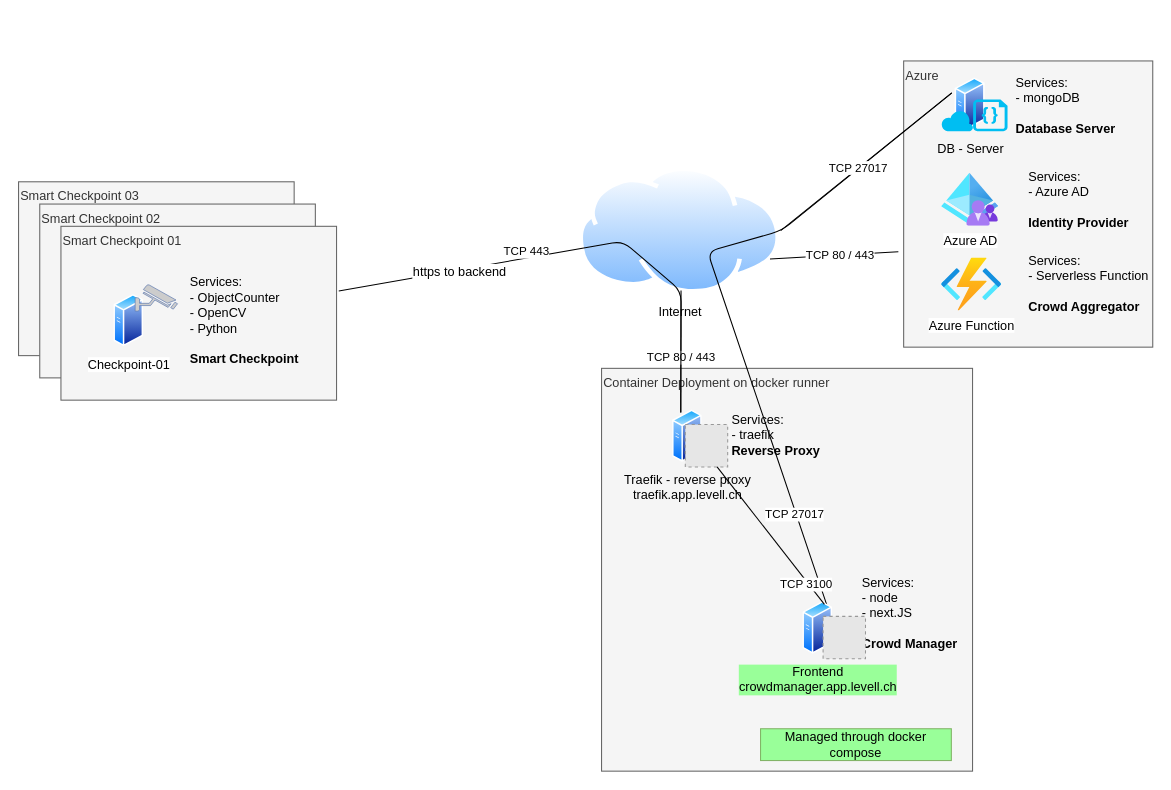
Earlier version of the draw.io diagram page "Architecture" (4 of 10) of Documentation/infrastructure.drawio (jimmylevell/crowd-overview). Source tidied: cells renumbered, new cells numbered last; positions are measured from the earlier drawing's top-left corner, leaving out a move shared by most shapes. Both pictures are drawn from the tidied source at 106%, with x=0, y=0 at pixel (18, 60). Pictures stored in the file or linked from it are replaced by grey dashed boxes.
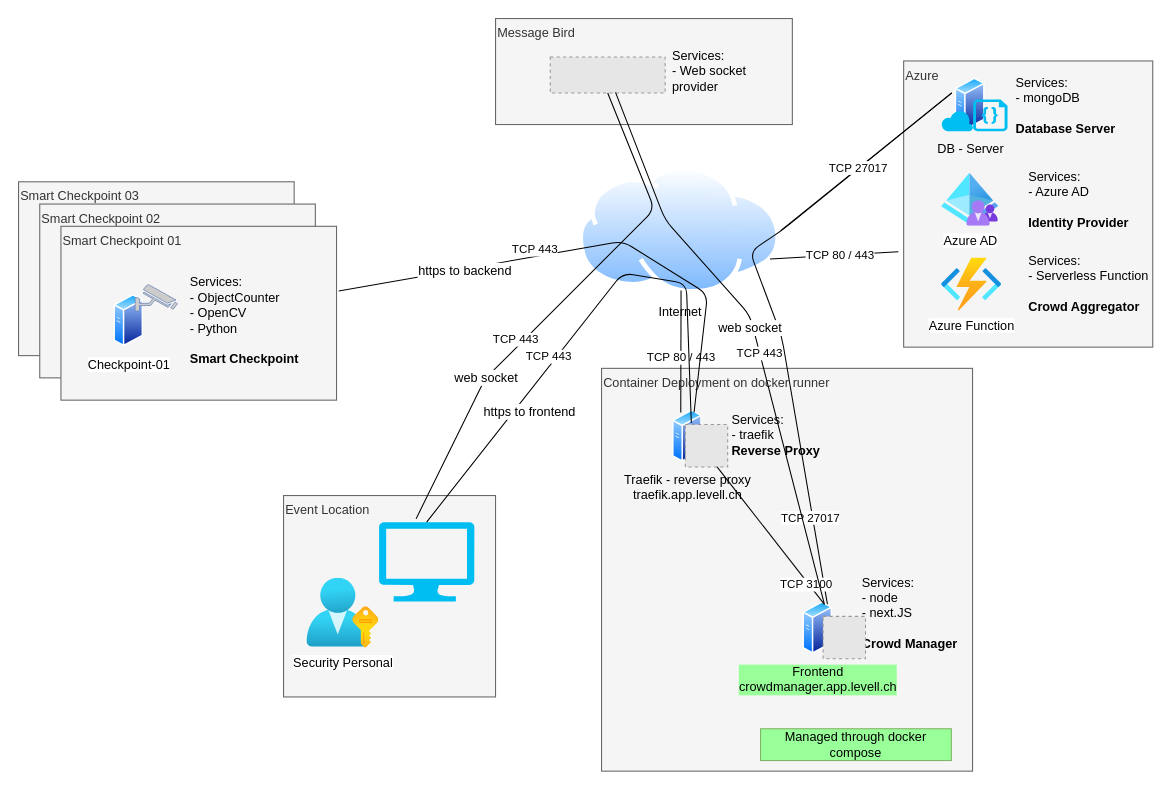
Above is the later version.

The change refers to these unchanged cells:
```xml
<mxCell id="4" value="Smart Checkpoint 01" style="rounded=0;whiteSpace=wrap;html=1;fillColor=#f5f5f5;strokeColor=#666666;fontColor=#333333;align=left;verticalAlign=top;" parent="1" vertex="1">
  <mxGeometry x="40" y="156" width="260" height="164" as="geometry" />
</mxCell>
<mxCell id="8" value="DB - Server" style="perimeter=ellipsePerimeter;html=1;align=center;shadow=0;dashed=0;spacingTop=3;image;image=img/lib/active_directory/generic_server.svg;fontFamily=Helvetica;fontSize=12;fontColor=#000000;strokeColor=#000000;fillColor=#ffffff;labelBackgroundColor=none;" parent="1" vertex="1">
  <mxGeometry x="878.5" y="16" width="38.5" height="50" as="geometry" />
</mxCell>
<mxCell id="11" value="Frontend&lt;br&gt;crowdmanager.app.levell.ch" style="perimeter=ellipsePerimeter;html=1;align=center;shadow=0;dashed=0;spacingTop=3;image;image=img/lib/active_directory/generic_server.svg;labelBackgroundColor=#99FF99;" parent="1" vertex="1">
  <mxGeometry x="740" y="510" width="28" height="50" as="geometry" />
</mxCell>
<mxCell id="14" value="Traefik - reverse proxy&lt;br&gt;traefik.app.levell.ch" style="perimeter=ellipsePerimeter;html=1;align=center;shadow=0;dashed=0;spacingTop=3;image;image=img/lib/active_directory/generic_server.svg;labelBackgroundColor=none;" parent="1" vertex="1">
  <mxGeometry x="617" y="329" width="28" height="50" as="geometry" />
</mxCell>
```

What changed in the source:
```diff
@@
     <mxCell id="10" value="TCP 27017" style="endArrow=none;html=1;entryX=0;entryY=0.25;entryDx=0;entryDy=0;exitX=1;exitY=0;exitDx=0;exitDy=0;endFill=0;" parent="1" edge="1" source="11" target="8">
       <mxGeometry x="-0.7" y="1" relative="1" as="geometry">
         <Array as="points">
-          <mxPoint x="650" y="180" />
+          <mxPoint x="720" y="260" />
+          <mxPoint x="690" y="180" />
           <mxPoint x="720" y="160" />
         </Array>
         <mxPoint x="-1" as="offset" />
       </mxGeometry>
     </mxCell>
@@
-    <mxCell id="31" value="TCP 443" style="endArrow=none;html=1;exitX=1.008;exitY=0.372;exitDx=0;exitDy=0;endFill=0;entryX=0.25;entryY=0;entryDx=0;entryDy=0;exitPerimeter=0;" parent="1" edge="1" source="4" target="14">
+    <mxCell id="31" value="TCP 443" style="endArrow=none;html=1;exitX=1.008;exitY=0.372;exitDx=0;exitDy=0;endFill=0;entryX=0.75;entryY=0;entryDx=0;entryDy=0;exitPerimeter=0;" parent="1" edge="1" source="4" target="14">
       <mxGeometry x="-0.21" y="6" relative="1" as="geometry">
         <Array as="points">
           <mxPoint x="570" y="170" />
-          <mxPoint x="625" y="217" />
+          <mxPoint x="650" y="220" />
         </Array>
       </mxGeometry>
     </mxCell>
@@
+    <mxCell id="33" value="Message Bird" style="rounded=0;whiteSpace=wrap;html=1;fillColor=#f5f5f5;strokeColor=#666666;fontColor=#333333;align=left;verticalAlign=top;" parent="1" vertex="1">
+      <mxGeometry x="450" y="-40" width="280" height="100" as="geometry" />
+    </mxCell>
+    <mxCell id="34" style="fillColor=#E6E6E6;strokeColor=#999999;dashed=1;verticalLabelPosition=bottom;labelBackgroundColor=default;verticalAlign=top;" parent="1" vertex="1">
+      <mxGeometry x="501.6" y="-3.7" width="108.4" height="34" as="geometry" />
+    </mxCell>
+    <mxCell id="35" value="Services:&amp;nbsp;&lt;br&gt;- Web socket provider" style="text;html=1;strokeColor=none;fillColor=none;align=left;verticalAlign=middle;whiteSpace=wrap;rounded=0;" parent="1" vertex="1">
+      <mxGeometry x="615" width="104" height="20" as="geometry" />
+    </mxCell>
+    <mxCell id="36" value="Event Location" style="rounded=0;whiteSpace=wrap;html=1;fillColor=#f5f5f5;strokeColor=#666666;fontColor=#333333;align=left;verticalAlign=top;" parent="1" vertex="1">
+      <mxGeometry x="250" y="410" width="200" height="190" as="geometry" />
+    </mxCell>
+    <mxCell id="37" value="Security Personal" style="html=1;align=center;image;fontSize=12;image=img/lib/azure2/azure_stack/User_Subscriptions.svg;" parent="1" vertex="1">
+      <mxGeometry x="272" y="488" width="68" height="66" as="geometry" />
+    </mxCell>
+    <mxCell id="38" style="verticalLabelPosition=bottom;html=1;verticalAlign=top;align=center;strokeColor=none;fillColor=#00BEF2;shape=mxgraph.azure.computer;" parent="1" vertex="1">
+      <mxGeometry x="340" y="435" width="90" height="75" as="geometry" />
+    </mxCell>
+    <mxCell id="39" value="TCP 443" style="endArrow=none;html=1;exitX=0.5;exitY=0;exitDx=0;exitDy=0;endFill=0;entryX=0.25;entryY=0;entryDx=0;entryDy=0;exitPerimeter=0;" parent="1" edge="1" source="38">
+      <mxGeometry x="-0.21" y="6" relative="1" as="geometry">
+        <mxPoint x="634.7" y="341.6" as="targetPoint" />
+        <Array as="points">
+          <mxPoint x="570" y="200" />
+          <mxPoint x="630" y="210" />
+        </Array>
+      </mxGeometry>
+    </mxCell>
+    <mxCell id="40" value="https to frontend" style="edgeLabel;html=1;align=center;verticalAlign=middle;fontSize=12;" parent="39" vertex="1">
+      <mxGeometry x="-0.44" relative="1" as="geometry">
+        <mxPoint x="11" y="4" as="offset" />
+      </mxGeometry>
+    </mxCell>
+    <mxCell id="41" value="TCP 443" style="endArrow=none;html=1;exitX=0.389;exitY=-0.04;exitDx=0;exitDy=0;endFill=0;entryX=0.5;entryY=1;entryDx=0;entryDy=0;exitPerimeter=0;" parent="1" edge="1" source="38" target="34">
+      <mxGeometry x="-0.21" y="6" relative="1" as="geometry">
+        <Array as="points">
+          <mxPoint x="440" y="300" />
+          <mxPoint x="600" y="140" />
+        </Array>
+      </mxGeometry>
+    </mxCell>
+    <mxCell id="42" value="web socket" style="edgeLabel;html=1;align=center;verticalAlign=middle;fontSize=12;" parent="41" vertex="1">
+      <mxGeometry x="-0.44" relative="1" as="geometry">
+        <mxPoint x="5" y="-10" as="offset" />
+      </mxGeometry>
+    </mxCell>
+    <mxCell id="43" value="TCP 443" style="endArrow=none;html=1;exitX=0.75;exitY=0;exitDx=0;exitDy=0;endFill=0;entryX=0.568;entryY=0.981;entryDx=0;entryDy=0;entryPerimeter=0;" parent="1" edge="1" source="11" target="34">
+      <mxGeometry x="-0.08" relative="1" as="geometry">
+        <Array as="points">
+          <mxPoint x="690" y="240" />
+          <mxPoint x="610" y="150" />
+        </Array>
+      </mxGeometry>
+    </mxCell>
+    <mxCell id="44" value="web socket" style="edgeLabel;html=1;align=center;verticalAlign=middle;fontSize=12;" parent="43" vertex="1">
+      <mxGeometry x="-0.44" relative="1" as="geometry">
+        <mxPoint x="-34" y="-117" as="offset" />
+      </mxGeometry>
+    </mxCell>
```
